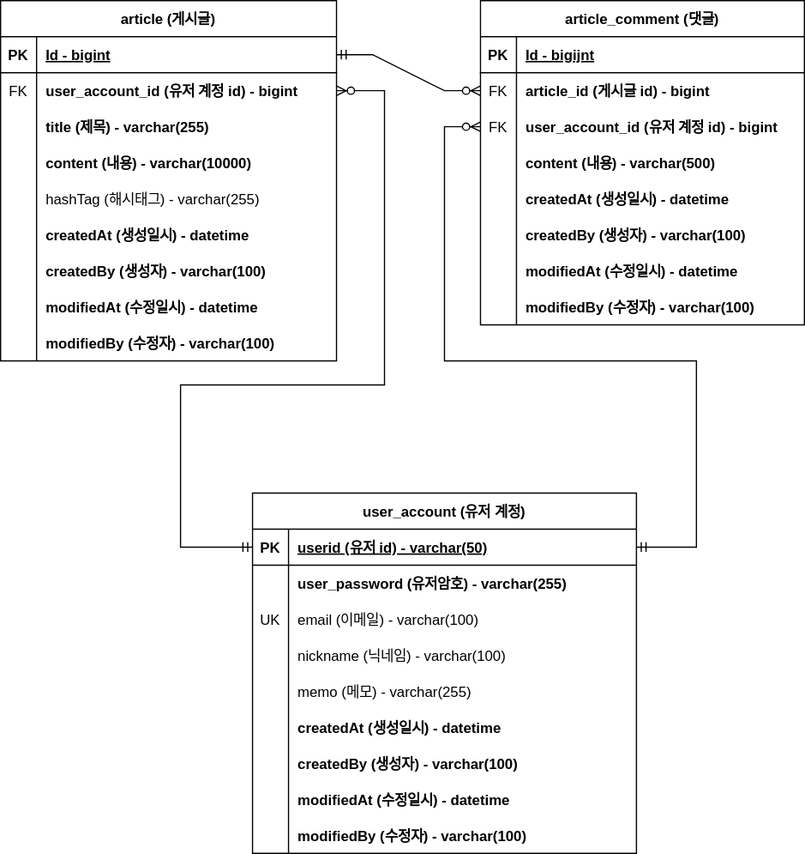
Above: document/project-board-erd.svg in BBlack-Hun/fastcampus-project-board (draw.io), before the change. Source tidied: cells renumbered, new cells last; positions are measured from the earlier drawing's top-left corner, leaving out a move shared by most shapes.
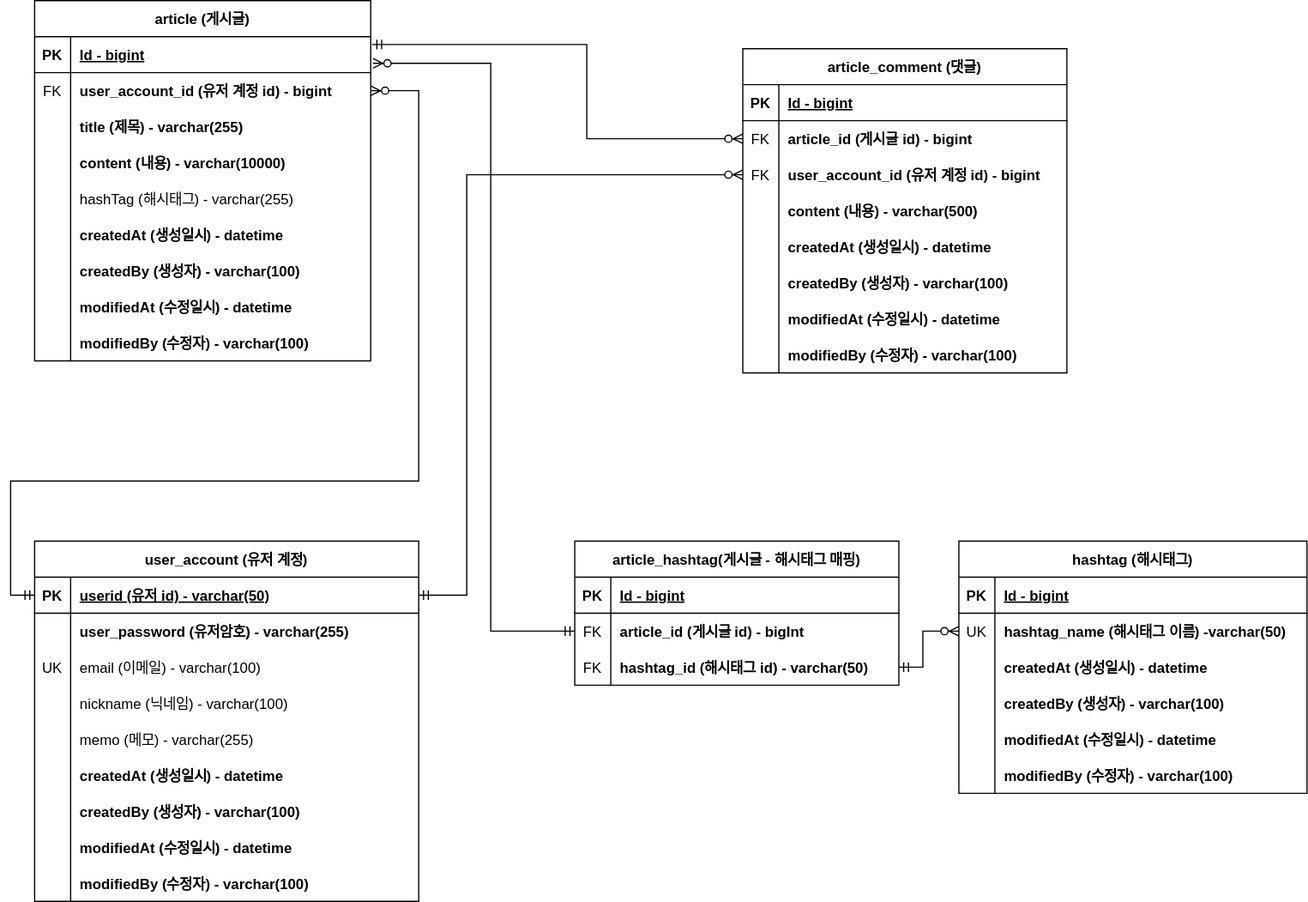
The same file after the commit.

Commit message:
#66 - project-board-erd.svg 업데이트: 대댓글, 해시태그

Diff of the diagram source:
```diff
@@ -3,7 +3,7 @@
     <mxCell id="0" />
     <mxCell id="1" parent="0" />
     <mxCell id="2" value="article (게시글)" style="shape=table;startSize=30;rowLines=0;fontStyle=1;align=center;" parent="1" vertex="1">
-      <mxGeometry width="280" height="300" as="geometry" />
+      <mxGeometry y="-40" width="280" height="300" as="geometry" />
     </mxCell>
     <mxCell id="3" style="shape=tableRow;horizontal=0;startSize=0;swimlaneHead=0;swimlaneBody=0;fillColor=none;points=[[0,0.5],[1,0.5]];portConstraint=eastwest;top=0;left=0;right=0;bottom=1;" parent="2" vertex="1">
       <mxGeometry y="30" width="280" height="30" as="geometry" />
@@ -87,7 +87,7 @@
       <mxGeometry x="30" width="250" height="30" as="geometry" />
     </mxCell>
     <mxCell id="30" value="article_comment (댓글)" style="shape=table;startSize=30;rowLines=0;fontStyle=1;align=center;" parent="1" vertex="1">
-      <mxGeometry x="400" width="270" height="270" as="geometry" />
+      <mxGeometry x="590" width="270" height="270" as="geometry" />
     </mxCell>
     <mxCell id="31" style="shape=tableRow;horizontal=0;startSize=0;swimlaneHead=0;swimlaneBody=0;fillColor=none;top=0;left=0;right=0;bottom=1;" parent="30" vertex="1">
       <mxGeometry y="30" width="270" height="30" as="geometry" />
@@ -95,7 +95,7 @@
     <mxCell id="32" value="PK" style="shape=partialRectangle;fillColor=none;top=0;left=0;bottom=0;right=0;fontStyle=1;overflow=hidden;" parent="31" vertex="1">
       <mxGeometry width="30" height="30" as="geometry" />
     </mxCell>
-    <mxCell id="33" value="Id - bigijnt" style="shape=partialRectangle;fillColor=none;top=0;left=0;bottom=0;right=0;align=left;spacingLeft=6;fontStyle=5;overflow=hidden;" parent="31" vertex="1">
+    <mxCell id="33" value="Id - bigint" style="shape=partialRectangle;fillColor=none;top=0;left=0;bottom=0;right=0;align=left;spacingLeft=6;fontStyle=5;overflow=hidden;" parent="31" vertex="1">
       <mxGeometry x="30" width="240" height="30" as="geometry" />
     </mxCell>
     <mxCell id="34" style="shape=tableRow;horizontal=0;startSize=0;swimlaneHead=0;swimlaneBody=0;fillColor=none;points=[[0,0.5],[1,0.5]];portConstraint=eastwest;top=0;left=0;right=0;bottom=0;" parent="30" vertex="1">
@@ -161,11 +161,16 @@
     <mxCell id="54" value="modifiedBy (수정자) - varchar(100)" style="shape=partialRectangle;fillColor=none;top=0;left=0;bottom=0;right=0;align=left;spacingLeft=6;overflow=hidden;fontStyle=1;" parent="52" vertex="1">
       <mxGeometry x="30" width="240" height="30" as="geometry" />
     </mxCell>
-    <mxCell id="55" style="edgeStyle=entityRelationEdgeStyle;fontSize=12;html=1;endArrow=ERzeroToMany;startArrow=ERmandOne;rounded=0;exitX=1;exitY=0.5;exitDx=0;exitDy=0;" parent="1" edge="1" source="3" target="34">
-      <mxGeometry relative="1" as="geometry" />
+    <mxCell id="55" style="edgeStyle=orthogonalEdgeStyle;fontSize=12;html=1;endArrow=ERzeroToMany;startArrow=ERmandOne;rounded=0;exitX=1.004;exitY=0.22;exitDx=0;exitDy=0;exitPerimeter=0;" parent="1" edge="1" source="3" target="34">
+      <mxGeometry relative="1" as="geometry">
+        <Array as="points">
+          <mxPoint x="460" y="-3" />
+          <mxPoint x="460" y="75" />
+        </Array>
+      </mxGeometry>
     </mxCell>
     <mxCell id="56" value="user_account (유저 계정)" style="shape=table;startSize=30;rowLines=0;fontStyle=1;align=center;" parent="1" vertex="1">
-      <mxGeometry x="210" y="410" width="320" height="300" as="geometry" />
+      <mxGeometry y="410" width="320" height="300" as="geometry" />
     </mxCell>
     <mxCell id="57" style="shape=tableRow;horizontal=0;startSize=0;swimlaneHead=0;swimlaneBody=0;fillColor=none;points=[[0,0.5],[1,0.5]];portConstraint=eastwest;top=0;left=0;right=0;bottom=1;" parent="56" vertex="1">
       <mxGeometry y="30" width="320" height="30" as="geometry" />
@@ -251,22 +256,123 @@
     <mxCell id="84" style="edgeStyle=orthogonalEdgeStyle;fontSize=12;html=1;endArrow=ERzeroToMany;startArrow=ERmandOne;rounded=0;entryX=0;entryY=0.5;entryDx=0;entryDy=0;exitX=1;exitY=0.5;exitDx=0;exitDy=0;" parent="1" edge="1" source="57" target="37">
       <mxGeometry relative="1" as="geometry">
         <Array as="points">
-          <mxPoint x="580" y="455" />
-          <mxPoint x="580" y="300" />
-          <mxPoint x="370" y="300" />
-          <mxPoint x="370" y="105" />
+          <mxPoint x="360" y="455" />
+          <mxPoint x="360" y="105" />
         </Array>
       </mxGeometry>
     </mxCell>
     <mxCell id="85" style="edgeStyle=orthogonalEdgeStyle;fontSize=12;html=1;endArrow=ERzeroToMany;startArrow=ERmandOne;rounded=0;exitX=0;exitY=0.5;exitDx=0;exitDy=0;entryX=1;entryY=0.5;entryDx=0;entryDy=0;" parent="1" edge="1" source="57" target="6">
       <mxGeometry relative="1" as="geometry">
         <Array as="points">
-          <mxPoint x="150" y="455" />
-          <mxPoint x="150" y="320" />
-          <mxPoint x="320" y="320" />
-          <mxPoint x="320" y="75" />
+          <mxPoint x="-20" y="455" />
+          <mxPoint x="-20" y="360" />
+          <mxPoint x="320" y="360" />
+          <mxPoint x="320" y="35" />
         </Array>
       </mxGeometry>
     </mxCell>
+    <mxCell id="86" value="article_hashtag(게시글 - 해시태그 매핑)" style="shape=table;startSize=30;rowLines=0;fontStyle=1;align=center;" parent="1" vertex="1">
+      <mxGeometry x="450" y="410" width="270" height="120" as="geometry" />
+    </mxCell>
+    <mxCell id="87" style="shape=tableRow;horizontal=0;startSize=0;swimlaneHead=0;swimlaneBody=0;fillColor=none;top=0;left=0;right=0;bottom=1;" parent="86" vertex="1">
+      <mxGeometry y="30" width="270" height="30" as="geometry" />
+    </mxCell>
+    <mxCell id="88" value="PK" style="shape=partialRectangle;fillColor=none;top=0;left=0;bottom=0;right=0;fontStyle=1;overflow=hidden;" parent="87" vertex="1">
+      <mxGeometry width="30" height="30" as="geometry" />
+    </mxCell>
+    <mxCell id="89" value="Id - bigint" style="shape=partialRectangle;fillColor=none;top=0;left=0;bottom=0;right=0;align=left;spacingLeft=6;fontStyle=5;overflow=hidden;" parent="87" vertex="1">
+      <mxGeometry x="30" width="240" height="30" as="geometry" />
+    </mxCell>
+    <mxCell id="90" style="shape=tableRow;horizontal=0;startSize=0;swimlaneHead=0;swimlaneBody=0;fillColor=none;points=[[0,0.5],[1,0.5]];portConstraint=eastwest;top=0;left=0;right=0;bottom=0;" parent="86" vertex="1">
+      <mxGeometry y="60" width="270" height="30" as="geometry" />
+    </mxCell>
+    <mxCell id="91" value="FK" style="shape=partialRectangle;fillColor=none;top=0;left=0;bottom=0;right=0;overflow=hidden;" parent="90" vertex="1">
+      <mxGeometry width="30" height="30" as="geometry" />
+    </mxCell>
+    <mxCell id="92" value="article_id (게시글 id) - bigInt" style="shape=partialRectangle;fillColor=none;top=0;left=0;bottom=0;right=0;align=left;spacingLeft=6;overflow=hidden;fontStyle=1;" parent="90" vertex="1">
+      <mxGeometry x="30" width="240" height="30" as="geometry" />
+    </mxCell>
+    <mxCell id="93" style="shape=tableRow;horizontal=0;startSize=0;swimlaneHead=0;swimlaneBody=0;fillColor=none;points=[[0,0.5],[1,0.5]];portConstraint=eastwest;top=0;left=0;right=0;bottom=0;" parent="86" vertex="1">
+      <mxGeometry y="90" width="270" height="30" as="geometry" />
+    </mxCell>
+    <mxCell id="94" value="FK" style="shape=partialRectangle;fillColor=none;top=0;left=0;bottom=0;right=0;overflow=hidden;" parent="93" vertex="1">
+      <mxGeometry width="30" height="30" as="geometry" />
+    </mxCell>
+    <mxCell id="95" value="hashtag_id (해시태그 id) - varchar(50)" style="shape=partialRectangle;fillColor=none;top=0;left=0;bottom=0;right=0;align=left;spacingLeft=6;overflow=hidden;fontStyle=1;" parent="93" vertex="1">
+      <mxGeometry x="30" width="240" height="30" as="geometry" />
+    </mxCell>
+    <mxCell id="96" value="hashtag (해시태그)" style="shape=table;startSize=30;rowLines=0;fontStyle=1;align=center;" parent="1" vertex="1">
+      <mxGeometry x="770" y="410" width="290" height="210" as="geometry" />
+    </mxCell>
+    <mxCell id="97" style="shape=tableRow;horizontal=0;startSize=0;swimlaneHead=0;swimlaneBody=0;fillColor=none;top=0;left=0;right=0;bottom=1;" parent="96" vertex="1">
+      <mxGeometry y="30" width="290" height="30" as="geometry" />
+    </mxCell>
+    <mxCell id="98" value="PK" style="shape=partialRectangle;fillColor=none;top=0;left=0;bottom=0;right=0;fontStyle=1;overflow=hidden;" parent="97" vertex="1">
+      <mxGeometry width="30" height="30" as="geometry" />
+    </mxCell>
+    <mxCell id="99" value="Id - bigint" style="shape=partialRectangle;fillColor=none;top=0;left=0;bottom=0;right=0;align=left;spacingLeft=6;fontStyle=5;overflow=hidden;" parent="97" vertex="1">
+      <mxGeometry x="30" width="260" height="30" as="geometry" />
+    </mxCell>
+    <mxCell id="100" style="shape=tableRow;horizontal=0;startSize=0;swimlaneHead=0;swimlaneBody=0;fillColor=none;points=[[0,0.5],[1,0.5]];portConstraint=eastwest;top=0;left=0;right=0;bottom=0;" parent="96" vertex="1">
+      <mxGeometry y="60" width="290" height="30" as="geometry" />
+    </mxCell>
+    <mxCell id="101" value="UK" style="shape=partialRectangle;fillColor=none;top=0;left=0;bottom=0;right=0;overflow=hidden;" parent="100" vertex="1">
+      <mxGeometry width="30" height="30" as="geometry" />
+    </mxCell>
+    <mxCell id="102" value="hashtag_name (해시태그 이름) -varchar(50)" style="shape=partialRectangle;fillColor=none;top=0;left=0;bottom=0;right=0;align=left;spacingLeft=6;overflow=hidden;fontStyle=1;" parent="100" vertex="1">
+      <mxGeometry x="30" width="260" height="30" as="geometry" />
+    </mxCell>
+    <mxCell id="103" style="shape=tableRow;horizontal=0;startSize=0;swimlaneHead=0;swimlaneBody=0;fillColor=none;top=0;left=0;right=0;bottom=0;" parent="96" vertex="1">
+      <mxGeometry y="90" width="290" height="30" as="geometry" />
+    </mxCell>
+    <mxCell id="104" style="shape=partialRectangle;fillColor=none;top=0;left=0;bottom=0;right=0;overflow=hidden;" parent="103" vertex="1">
+      <mxGeometry width="30" height="30" as="geometry" />
+    </mxCell>
+    <mxCell id="105" value="createdAt (생성일시) - datetime" style="shape=partialRectangle;fillColor=none;top=0;left=0;bottom=0;right=0;align=left;spacingLeft=6;overflow=hidden;fontStyle=1;" parent="103" vertex="1">
+      <mxGeometry x="30" width="260" height="30" as="geometry" />
+    </mxCell>
+    <mxCell id="106" style="shape=tableRow;horizontal=0;startSize=0;swimlaneHead=0;swimlaneBody=0;fillColor=none;top=0;left=0;right=0;bottom=0;" parent="96" vertex="1">
+      <mxGeometry y="120" width="290" height="30" as="geometry" />
+    </mxCell>
+    <mxCell id="107" style="shape=partialRectangle;fillColor=none;top=0;left=0;bottom=0;right=0;overflow=hidden;" parent="106" vertex="1">
+      <mxGeometry width="30" height="30" as="geometry" />
+    </mxCell>
+    <mxCell id="108" value="createdBy (생성자) - varchar(100)" style="shape=partialRectangle;fillColor=none;top=0;left=0;bottom=0;right=0;align=left;spacingLeft=6;overflow=hidden;fontStyle=1;" parent="106" vertex="1">
+      <mxGeometry x="30" width="260" height="30" as="geometry" />
+    </mxCell>
+    <mxCell id="109" style="shape=tableRow;horizontal=0;startSize=0;swimlaneHead=0;swimlaneBody=0;fillColor=none;top=0;left=0;right=0;bottom=0;" parent="96" vertex="1">
+      <mxGeometry y="150" width="290" height="30" as="geometry" />
+    </mxCell>
+    <mxCell id="110" style="shape=partialRectangle;fillColor=none;top=0;left=0;bottom=0;right=0;overflow=hidden;" parent="109" vertex="1">
+      <mxGeometry width="30" height="30" as="geometry" />
+    </mxCell>
+    <mxCell id="111" value="modifiedAt (수정일시) - datetime" style="shape=partialRectangle;fillColor=none;top=0;left=0;bottom=0;right=0;align=left;spacingLeft=6;overflow=hidden;fontStyle=1;" parent="109" vertex="1">
+      <mxGeometry x="30" width="260" height="30" as="geometry" />
+    </mxCell>
+    <mxCell id="112" style="shape=tableRow;horizontal=0;startSize=0;swimlaneHead=0;swimlaneBody=0;fillColor=none;top=0;left=0;right=0;bottom=0;" parent="96" vertex="1">
+      <mxGeometry y="180" width="290" height="30" as="geometry" />
+    </mxCell>
+    <mxCell id="113" style="shape=partialRectangle;fillColor=none;top=0;left=0;bottom=0;right=0;overflow=hidden;" parent="112" vertex="1">
+      <mxGeometry width="30" height="30" as="geometry" />
+    </mxCell>
+    <mxCell id="114" value="modifiedBy (수정자) - varchar(100)" style="shape=partialRectangle;fillColor=none;top=0;left=0;bottom=0;right=0;align=left;spacingLeft=6;overflow=hidden;fontStyle=1;" parent="112" vertex="1">
+      <mxGeometry x="30" width="260" height="30" as="geometry" />
+    </mxCell>
+    <mxCell id="115" style="edgeStyle=orthogonalEdgeStyle;fontSize=12;html=1;endArrow=ERzeroToMany;startArrow=ERmandOne;rounded=0;entryX=0;entryY=0.5;entryDx=0;entryDy=0;exitX=1;exitY=0.5;exitDx=0;exitDy=0;" parent="1" edge="1" source="93" target="100">
+      <mxGeometry relative="1" as="geometry">
+        <Array as="points">
+          <mxPoint x="740" y="515" />
+          <mxPoint x="740" y="485" />
+        </Array>
+      </mxGeometry>
+    </mxCell>
+    <mxCell id="116" style="edgeStyle=orthogonalEdgeStyle;fontSize=12;html=1;endArrow=ERzeroToMany;startArrow=ERmandOne;rounded=0;entryX=1.007;entryY=0.74;entryDx=0;entryDy=0;exitX=0;exitY=0.5;exitDx=0;exitDy=0;entryPerimeter=0;" parent="1" edge="1" source="90" target="3">
+      <mxGeometry relative="1" as="geometry">
+        <Array as="points">
+          <mxPoint x="380" y="485" />
+          <mxPoint x="380" y="12" />
+        </Array>
+      </mxGeometry>
+    </mxCell>
   </root>
 </mxGraphModel>
```
